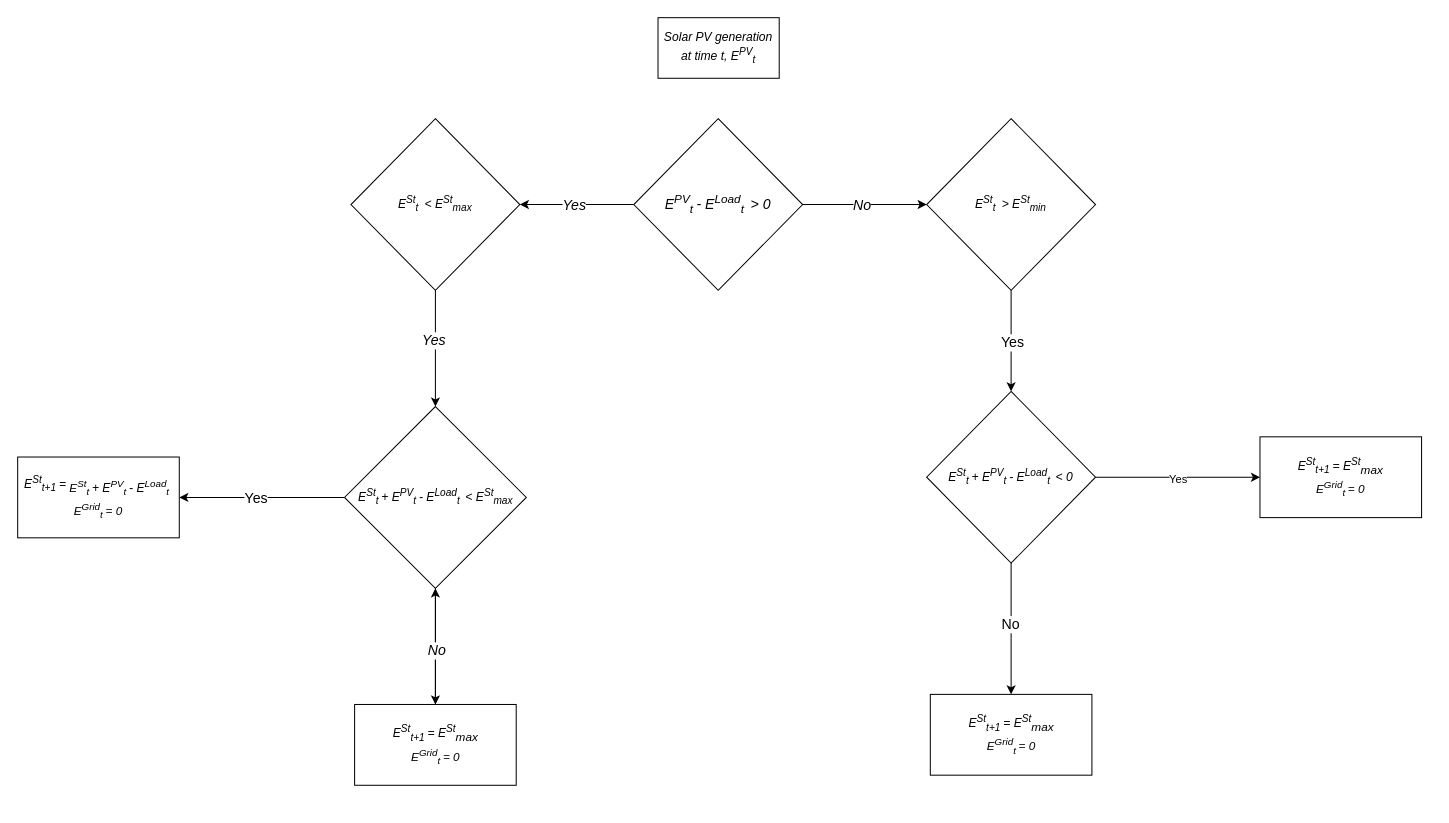
Above: figures/battery_dispatch_strategy.drawio in ChullEPG/PV-ES-CS-Sizer (draw.io), before the change. Source tidied: cells renumbered, new cells numbered last; positions are measured from the earlier drawing's top-left corner, leaving out a move shared by most shapes. Both pictures are drawn from the tidied source at 101%, with x=0, y=0 at pixel (17, 17).
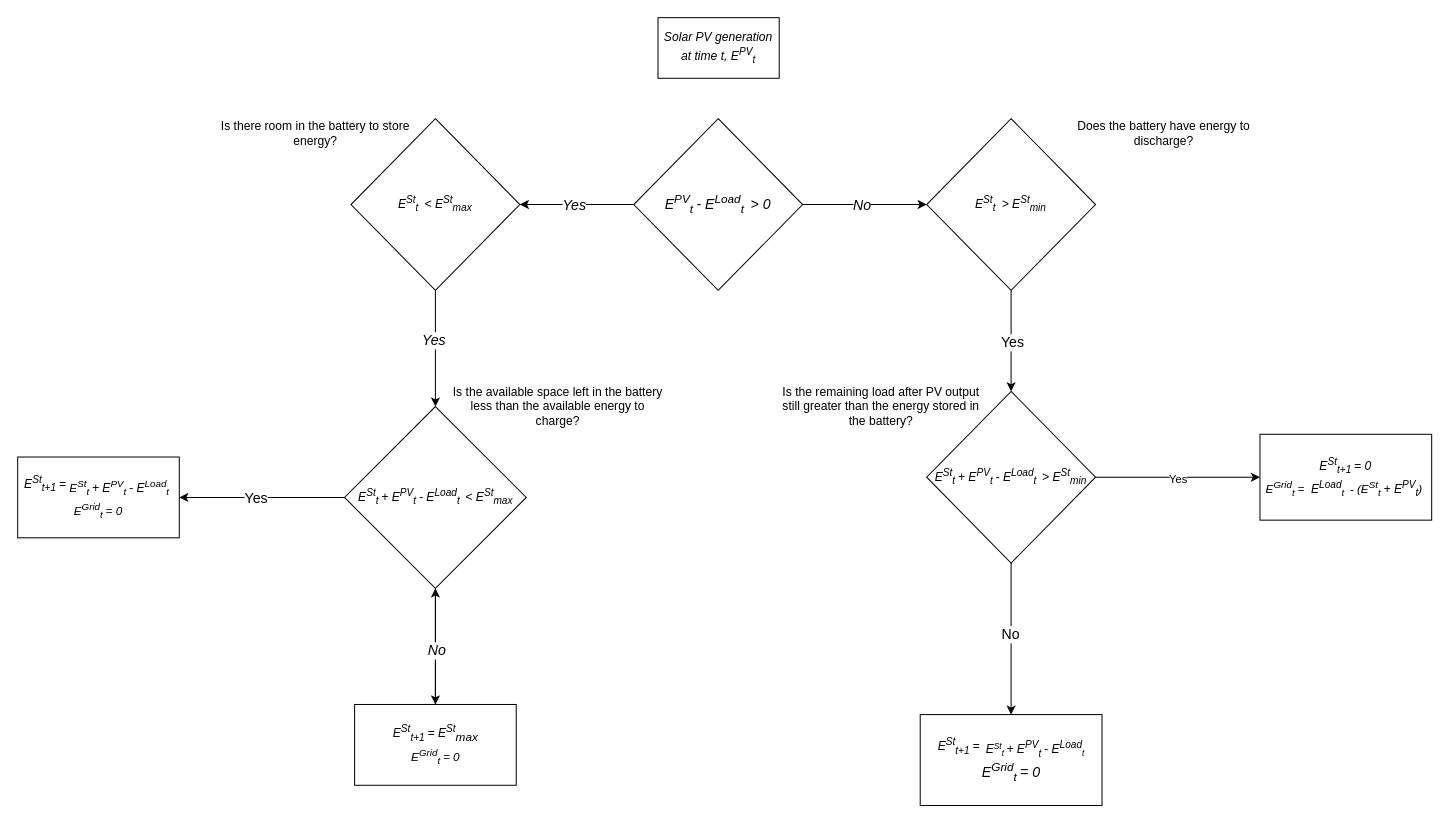
After the change.

What changed in the source:
```diff
@@
-    <mxCell id="18" value="&lt;font style=&quot;font-size: 12px;&quot;&gt;E&lt;sup style=&quot;border-color: var(--border-color);&quot;&gt;St&lt;/sup&gt;&lt;sub style=&quot;border-color: var(--border-color);&quot;&gt;t &lt;/sub&gt;&lt;span style=&quot;border-color: var(--border-color);&quot;&gt;+ E&lt;sup style=&quot;border-color: var(--border-color);&quot;&gt;PV&lt;/sup&gt;&lt;sub style=&quot;border-color: var(--border-color);&quot;&gt;t &lt;/sub&gt;-&amp;nbsp;&lt;/span&gt;E&lt;span style=&quot;border-color: var(--border-color);&quot;&gt;&lt;sup&gt;Load&lt;/sup&gt;&lt;/span&gt;&lt;sub style=&quot;border-color: var(--border-color);&quot;&gt;t &amp;nbsp;&lt;/sub&gt;&lt;span style=&quot;border-color: var(--border-color);&quot;&gt;&amp;lt; 0&lt;/span&gt;&lt;/font&gt;" style="rhombus;whiteSpace=wrap;html=1;fontStyle=2;" parent="1" vertex="1">
+    <mxCell id="18" value="&lt;font style=&quot;font-size: 12px;&quot;&gt;E&lt;sup style=&quot;border-color: var(--border-color);&quot;&gt;St&lt;/sup&gt;&lt;sub style=&quot;border-color: var(--border-color);&quot;&gt;t &lt;/sub&gt;&lt;span style=&quot;border-color: var(--border-color);&quot;&gt;+ E&lt;sup style=&quot;border-color: var(--border-color);&quot;&gt;PV&lt;/sup&gt;&lt;sub style=&quot;border-color: var(--border-color);&quot;&gt;t &lt;/sub&gt;-&amp;nbsp;&lt;/span&gt;E&lt;span style=&quot;border-color: var(--border-color);&quot;&gt;&lt;sup&gt;Load&lt;/sup&gt;&lt;/span&gt;&lt;sub style=&quot;border-color: var(--border-color);&quot;&gt;t &amp;nbsp;&lt;/sub&gt;&lt;span style=&quot;border-color: var(--border-color);&quot;&gt;&amp;gt;&amp;nbsp;&lt;/span&gt;&lt;/font&gt;E&lt;sup style=&quot;border-color: var(--border-color);&quot;&gt;St&lt;/sup&gt;&lt;sub style=&quot;border-color: var(--border-color);&quot;&gt;min&lt;/sub&gt;" style="rhombus;whiteSpace=wrap;html=1;fontStyle=2;" parent="1" vertex="1">
       <mxGeometry x="900" y="370" width="167.2" height="170" as="geometry" />
     </mxCell>
@@
-    <mxCell id="27" value="&lt;span&gt;E&lt;sup style=&quot;border-color: var(--border-color);&quot;&gt;St&lt;/sup&gt;&lt;sub style=&quot;border-color: var(--border-color);&quot;&gt;t+1 &lt;/sub&gt;&lt;span style=&quot;border-color: var(--border-color);&quot;&gt;=&amp;nbsp;&lt;/span&gt;E&lt;sup style=&quot;border-color: var(--border-color);&quot;&gt;St&lt;/sup&gt;&lt;/span&gt;&lt;span style=&quot;border-color: var(--border-color); font-size: 14px;&quot;&gt;&lt;sub style=&quot;border-color: var(--border-color);&quot;&gt;&lt;span&gt;max&lt;br&gt;E&lt;sup style=&quot;border-color: var(--border-color);&quot;&gt;Grid&lt;/sup&gt;&lt;sub style=&quot;border-color: var(--border-color);&quot;&gt;t &lt;/sub&gt;= 0&lt;/span&gt;&lt;br&gt;&lt;/sub&gt;&lt;/span&gt;" style="rounded=0;whiteSpace=wrap;html=1;fontStyle=2;" parent="1" vertex="1">
-      <mxGeometry x="903.6" y="670" width="160" height="80" as="geometry" />
+    <mxCell id="27" value="&lt;span&gt;E&lt;sup style=&quot;border-color: var(--border-color);&quot;&gt;St&lt;/sup&gt;&lt;sub style=&quot;border-color: var(--border-color);&quot;&gt;t+1 &lt;/sub&gt;&lt;span style=&quot;border-color: var(--border-color);&quot;&gt;=&amp;nbsp;&lt;/span&gt;&lt;/span&gt;&lt;span style=&quot;border-color: var(--border-color);&quot;&gt;&lt;sub style=&quot;border-color: var(--border-color);&quot;&gt;&amp;nbsp;&lt;span style=&quot;font-size: 12px;&quot;&gt;E&lt;/span&gt;&lt;sup style=&quot;border-color: var(--border-color);&quot;&gt;St&lt;/sup&gt;&lt;sub style=&quot;border-color: var(--border-color);&quot;&gt;t&amp;nbsp;&lt;/sub&gt;&lt;span style=&quot;border-color: var(--border-color); font-size: 12px;&quot;&gt;+ E&lt;sup style=&quot;border-color: var(--border-color);&quot;&gt;PV&lt;/sup&gt;&lt;sub style=&quot;border-color: var(--border-color);&quot;&gt;t&amp;nbsp;&lt;/sub&gt;-&amp;nbsp;&lt;/span&gt;&lt;span style=&quot;font-size: 12px;&quot;&gt;E&lt;/span&gt;&lt;span style=&quot;border-color: var(--border-color); font-size: 12px;&quot;&gt;&lt;sup style=&quot;border-color: var(--border-color);&quot;&gt;Load&lt;/sup&gt;&lt;/span&gt;&lt;sub style=&quot;border-color: var(--border-color);&quot;&gt;t&lt;/sub&gt;&lt;span style=&quot;font-size: 14px;&quot;&gt;&lt;br&gt;E&lt;sup style=&quot;border-color: var(--border-color);&quot;&gt;Grid&lt;/sup&gt;&lt;sub style=&quot;border-color: var(--border-color);&quot;&gt;t &lt;/sub&gt;= 0&lt;/span&gt;&lt;br&gt;&lt;/sub&gt;&lt;/span&gt;" style="rounded=0;whiteSpace=wrap;html=1;fontStyle=2;" parent="1" vertex="1">
+      <mxGeometry x="893.6" y="690" width="180" height="90" as="geometry" />
     </mxCell>
-    <mxCell id="28" value="&lt;span&gt;E&lt;sup style=&quot;border-color: var(--border-color);&quot;&gt;St&lt;/sup&gt;&lt;sub style=&quot;border-color: var(--border-color);&quot;&gt;t+1 &lt;/sub&gt;&lt;span style=&quot;border-color: var(--border-color);&quot;&gt;=&amp;nbsp;&lt;/span&gt;E&lt;sup style=&quot;border-color: var(--border-color);&quot;&gt;St&lt;/sup&gt;&lt;/span&gt;&lt;span style=&quot;border-color: var(--border-color); font-size: 14px;&quot;&gt;&lt;sub style=&quot;border-color: var(--border-color);&quot;&gt;&lt;span&gt;max&lt;br&gt;E&lt;sup style=&quot;border-color: var(--border-color);&quot;&gt;Grid&lt;/sup&gt;&lt;sub style=&quot;border-color: var(--border-color);&quot;&gt;t &lt;/sub&gt;= 0&lt;/span&gt;&lt;br&gt;&lt;/sub&gt;&lt;/span&gt;" style="rounded=0;whiteSpace=wrap;html=1;fontStyle=2;" parent="1" vertex="1">
-      <mxGeometry x="1230" y="415" width="160" height="80" as="geometry" />
+    <mxCell id="28" value="&lt;span&gt;E&lt;sup style=&quot;border-color: var(--border-color);&quot;&gt;St&lt;/sup&gt;&lt;sub style=&quot;border-color: var(--border-color);&quot;&gt;t+1 &lt;/sub&gt;&lt;span style=&quot;border-color: var(--border-color);&quot;&gt;= 0&lt;/span&gt;&lt;/span&gt;&lt;span style=&quot;border-color: var(--border-color); font-size: 14px;&quot;&gt;&lt;sub style=&quot;border-color: var(--border-color);&quot;&gt;&lt;span&gt;&lt;br&gt;E&lt;sup style=&quot;border-color: var(--border-color);&quot;&gt;Grid&lt;/sup&gt;&lt;sub style=&quot;border-color: var(--border-color);&quot;&gt;t &lt;/sub&gt;=&amp;nbsp;&lt;/span&gt;&lt;span style=&quot;border-color: var(--border-color); font-size: 12px;&quot;&gt;&amp;nbsp;&lt;/span&gt;&lt;span style=&quot;font-size: 12px;&quot;&gt;E&lt;/span&gt;&lt;span style=&quot;border-color: var(--border-color); font-size: 12px;&quot;&gt;&lt;sup style=&quot;border-color: var(--border-color);&quot;&gt;Load&lt;/sup&gt;&lt;/span&gt;&lt;sub style=&quot;border-color: var(--border-color);&quot;&gt;t &amp;nbsp;&lt;/sub&gt;- (E&lt;sup style=&quot;border-color: var(--border-color);&quot;&gt;St&lt;/sup&gt;&lt;sub style=&quot;border-color: var(--border-color);&quot;&gt;t&amp;nbsp;&lt;/sub&gt;&lt;span style=&quot;border-color: var(--border-color); font-size: 12px;&quot;&gt;+ E&lt;sup style=&quot;border-color: var(--border-color);&quot;&gt;PV&lt;/sup&gt;&lt;sub style=&quot;border-color: var(--border-color);&quot;&gt;t&lt;/sub&gt;&lt;/span&gt;)&lt;span style=&quot;border-color: var(--border-color); font-size: 12px;&quot;&gt;&lt;sub style=&quot;border-color: var(--border-color);&quot;&gt;&amp;nbsp;&lt;/sub&gt;&lt;/span&gt;&lt;br&gt;&lt;/sub&gt;&lt;/span&gt;" style="rounded=0;whiteSpace=wrap;html=1;fontStyle=2;" parent="1" vertex="1">
+      <mxGeometry x="1230" y="412.5" width="170" height="85" as="geometry" />
     </mxCell>
+    <mxCell id="29" value="Is the remaining load after PV output still greater than the energy stored in the battery?" style="text;strokeColor=none;align=center;fillColor=none;html=1;verticalAlign=middle;whiteSpace=wrap;rounded=0;" parent="1" vertex="1">
+      <mxGeometry x="750" y="370" width="210" height="30" as="geometry" />
+    </mxCell>
+    <mxCell id="30" value="Does the battery have energy to discharge?" style="text;strokeColor=none;align=center;fillColor=none;html=1;verticalAlign=middle;whiteSpace=wrap;rounded=0;" parent="1" vertex="1">
+      <mxGeometry x="1030" y="100" width="210" height="30" as="geometry" />
+    </mxCell>
+    <mxCell id="31" value="Is there room in the battery to store energy?" style="text;strokeColor=none;align=center;fillColor=none;html=1;verticalAlign=middle;whiteSpace=wrap;rounded=0;" parent="1" vertex="1">
+      <mxGeometry x="190" y="100" width="210" height="30" as="geometry" />
+    </mxCell>
+    <mxCell id="32" value="Is the available space left in the battery less than the available energy to charge?" style="text;strokeColor=none;align=center;fillColor=none;html=1;verticalAlign=middle;whiteSpace=wrap;rounded=0;" parent="1" vertex="1">
+      <mxGeometry x="430" y="370" width="210" height="30" as="geometry" />
+    </mxCell>
```
